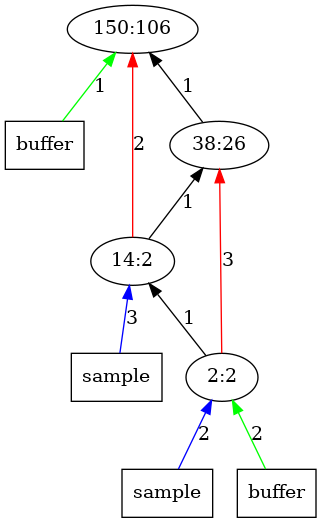
Above: outputImages/op106.png.png in AbhikKhan/MTP_IITG (Graphviz), before the change. Its source is kept beside it as outputTrees/op106.dot.
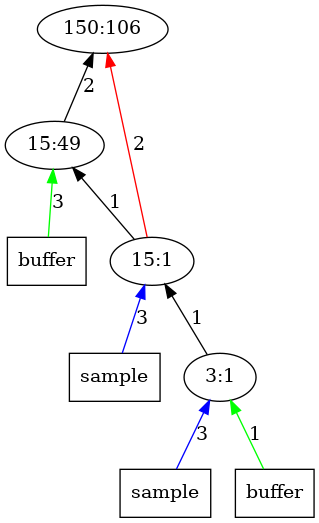
The same file after the commit.

The edit, as a diff of the source:
```diff
@@ -1,20 +1,19 @@
 digraph Tree{
 	rankdir="BT"
-	x12 -> 1 [label = "1", color = "green"];
-	x12 [label = "buffer", shape = "box"];
 	1 [label = "150:106"];
-	2 -> 1 [label = "1", color = "black"];
-	2 [label = "38:26"];
+	x22 -> 2 [label = "3", color = "green"];
+	x22 [label = "buffer", shape = "box"];
+	2 -> 1 [label = "2", color = "black"];
+	2 [label = "15:49"];
+	3 -> 2 [label = "1", color = "black"];
 	3 -> 1 [label = "2", color = "red"];
-	3 -> 2 [label = "1", color = "black"];
 	x31 -> 3 [label = "3", color = "blue"];
 	x31 [label = "sample", shape = "box"];
-	3 [label = "14:2"];
-	4 -> 2 [label = "3", color = "red"];
+	3 [label = "15:1"];
 	4 -> 3 [label = "1", color = "black"];
-	x41 -> 4 [label = "2", color = "blue"];
+	x41 -> 4 [label = "3", color = "blue"];
 	x41 [label = "sample", shape = "box"];
-	x42 -> 4 [label = "2", color = "green"];
+	x42 -> 4 [label = "1", color = "green"];
 	x42 [label = "buffer", shape = "box"];
-	4 [label = "2:2"];
+	4 [label = "3:1"];
 }
```
